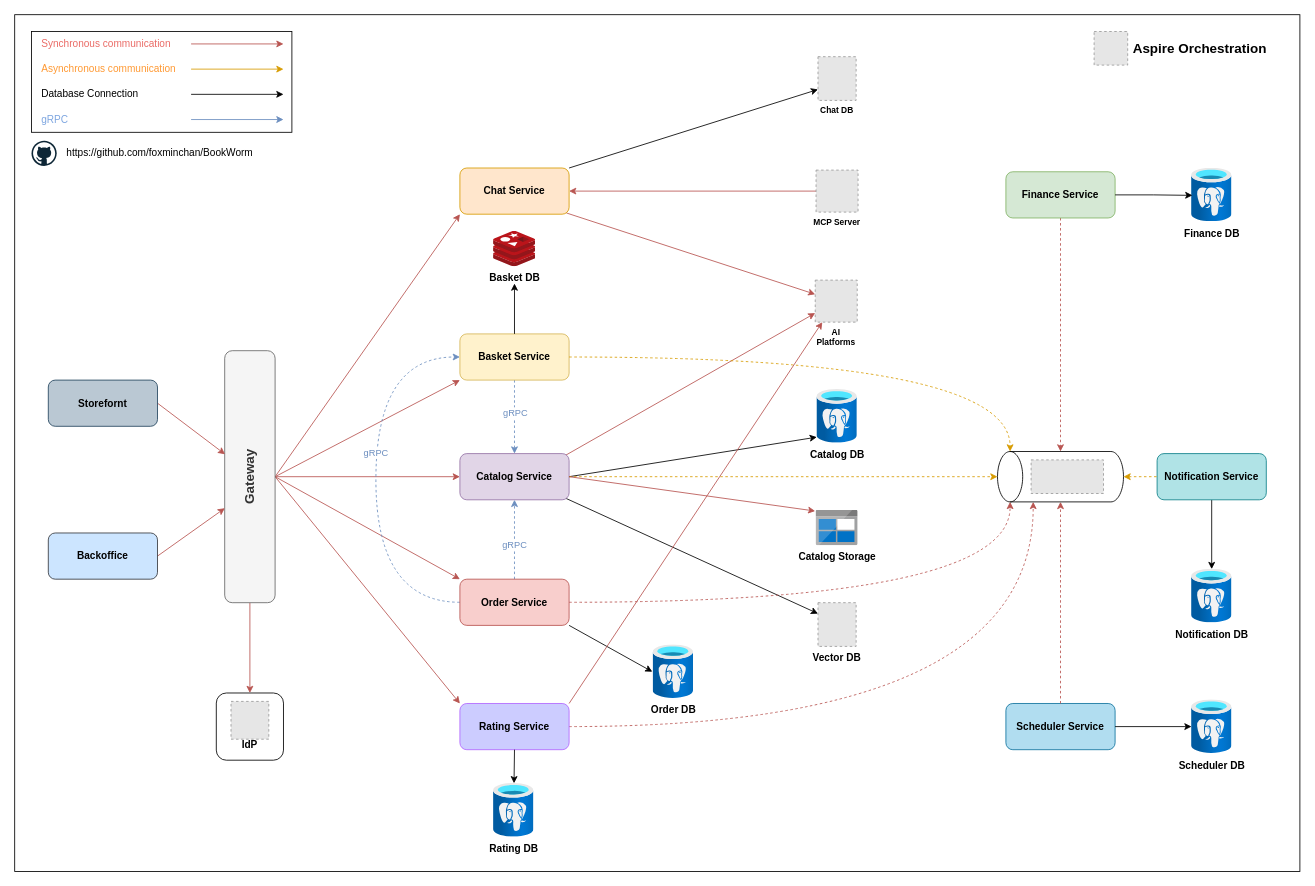
Before: assets/BookWorm.drawio in foxminchan/BookWorm, a draw.io diagram. Source tidied: cells renumbered, new cells numbered last; positions are measured from the earlier drawing's top-left corner, leaving out a move shared by most shapes. Both pictures are drawn from the tidied source at 84%, with x=0, y=0 at pixel (14, 14). Pictures stored in the file or linked from it are replaced by grey dashed boxes.
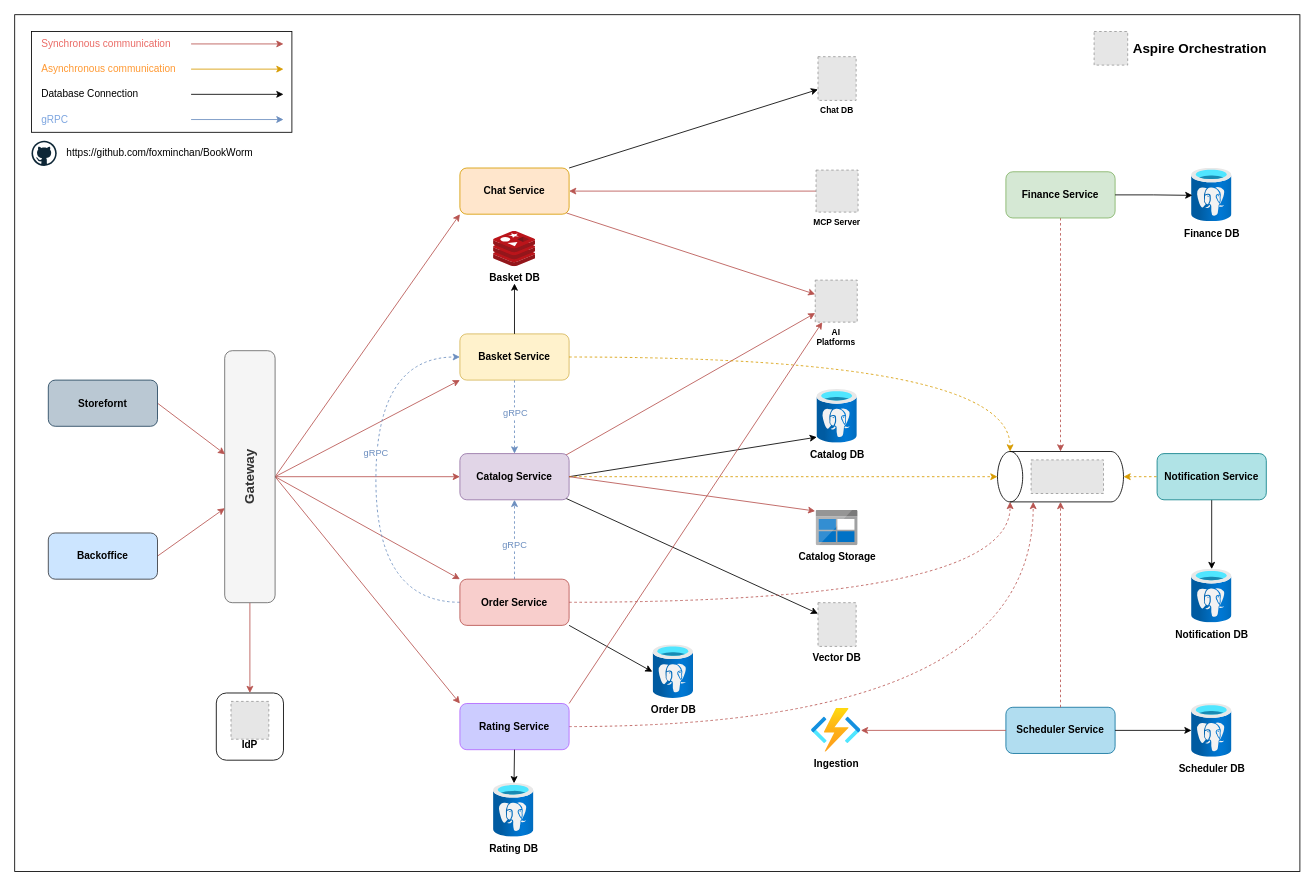
The same page after the edit.

Unchanged cells that the change refers to:
```xml
<mxCell id="68" value="Rating Service" style="rounded=1;whiteSpace=wrap;html=1;fontStyle=1;fillColor=#CCCCFF;strokeColor=#B266FF;fontColor=#000000;" parent="1" vertex="1">
  <mxGeometry x="530" y="820" width="130" height="55" as="geometry" />
</mxCell>
<mxCell id="81" style="shape=cylinder3;whiteSpace=wrap;html=1;boundedLbl=1;backgroundOutline=1;size=15;rotation=-90;" parent="80" vertex="1">
  <mxGeometry x="5" y="-5" width="60" height="150" as="geometry" />
</mxCell>
```

The edit, as a diff of the source:
```diff
@@
     <mxCell id="30" value="Scheduler Service" style="rounded=1;whiteSpace=wrap;html=1;fontStyle=1;fillColor=#b1ddf0;strokeColor=#10739e;" parent="1" vertex="1">
-      <mxGeometry x="1180" y="820" width="130" height="55" as="geometry" />
+      <mxGeometry x="1180" y="824.5" width="130" height="55" as="geometry" />
     </mxCell>
@@
     <mxCell id="39" value="Scheduler DB" style="image;html=1;points=[];align=center;fontSize=12;image=img/lib/azure2/databases/Azure_Database_PostgreSQL_Server.svg;fontStyle=1;" parent="1" vertex="1">
-      <mxGeometry x="1401" y="815.5" width="48" height="64" as="geometry" />
+      <mxGeometry x="1401" y="820" width="48" height="64" as="geometry" />
     </mxCell>
@@
-    <mxCell id="66" style="edgeStyle=orthogonalEdgeStyle;rounded=0;jettySize=auto;html=1;exitX=1;exitY=0.5;exitDx=0;exitDy=0;curved=1;dashed=1;endArrow=classic;endFill=1;strokeColor=#B85450;entryX=0;entryY=0;entryDx=0;entryDy=42.5;entryPerimeter=0;" parent="1" edge="1" source="68" target="81">
+    <mxCell id="66" style="edgeStyle=orthogonalEdgeStyle;rounded=0;jettySize=auto;html=1;curved=1;dashed=1;endArrow=classic;endFill=1;strokeColor=#B85450;entryX=0;entryY=0;entryDx=0;entryDy=42.5;entryPerimeter=0;" parent="1" edge="1" source="68" target="81">
       <mxGeometry relative="1" as="geometry" />
     </mxCell>
@@
+    <mxCell id="83" style="edgeStyle=orthogonalEdgeStyle;rounded=0;jettySize=auto;html=1;exitX=0;exitY=0.5;exitDx=0;exitDy=0;fillColor=#f8cecc;strokeColor=#b85450;" parent="1" edge="1" source="30" target="84">
+      <mxGeometry relative="1" as="geometry" />
+    </mxCell>
+    <mxCell id="84" value="&lt;b&gt;Ingestion&lt;/b&gt;" style="image;html=1;points=[];align=center;fontSize=12;image=img/lib/azure2/compute/Function_Apps.svg;" parent="1" vertex="1">
+      <mxGeometry x="948.5" y="826" width="58.9" height="52" as="geometry" />
+    </mxCell>
```
